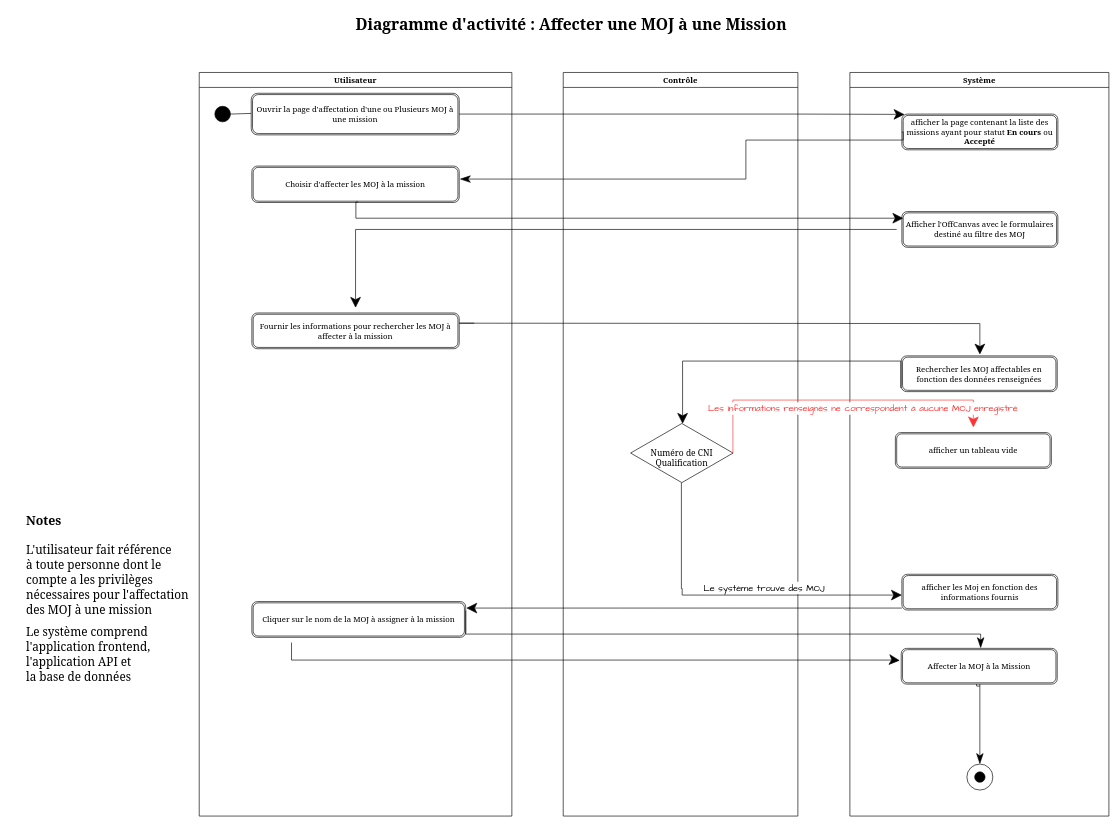
The draw.io diagram ActivityDiagramAssignsMojMission.drawio in ThuranJunior-AGL/AnalyseGEMOj, before the edit. Source tidied: cells renumbered, new cells numbered last; positions are measured from the earlier drawing's top-left corner, leaving out a move shared by most shapes. Both pictures are drawn from the tidied source at 65%, with x=0, y=0 at pixel (25, 11).
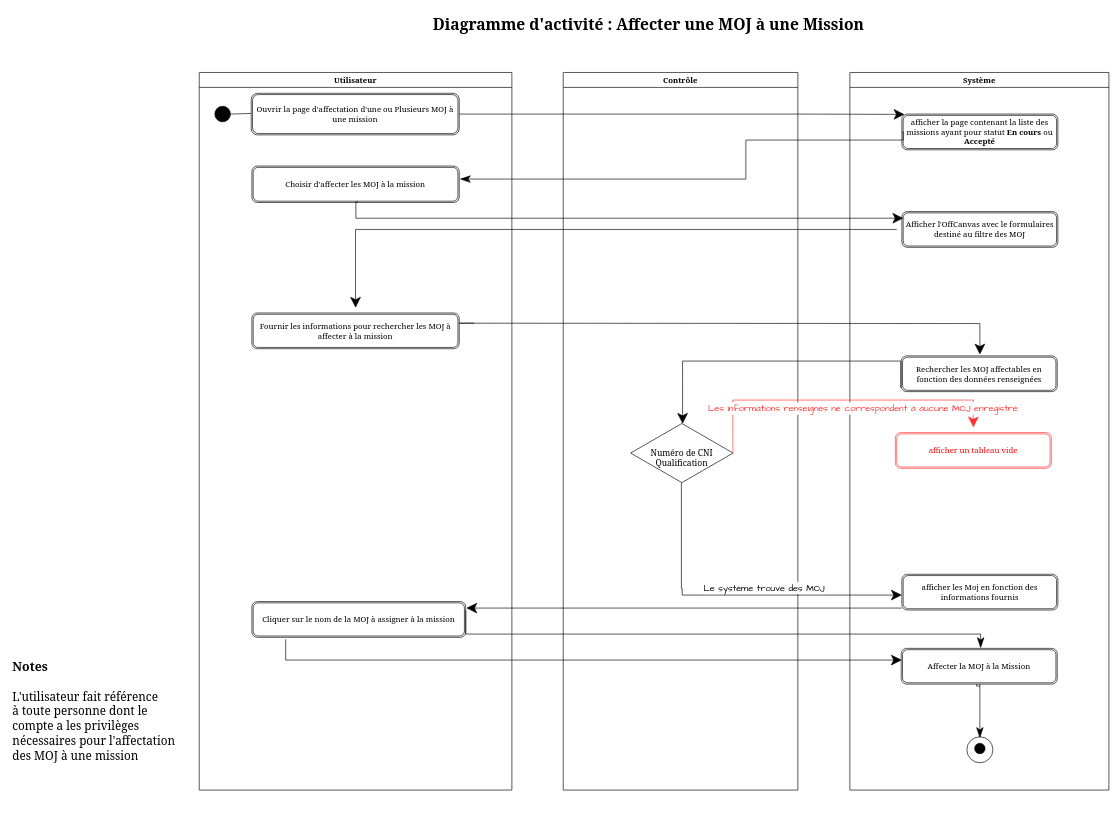
The same diagram, later.

Commit message (it also covers changes not shown here):
Mettre à jour ActivityDiagramAssignsMojMission.drawio

The change refers to these unchanged cells:
```xml
<mxCell id="7" value="Cliquer sur le nom de la MOJ à assigner à la mission" style="shape=ext;double=1;rounded=1;whiteSpace=wrap;html=1;fontFamily=Georgia;" parent="2" vertex="1">
  <mxGeometry x="81" y="814" width="329" height="55" as="geometry" />
</mxCell>
<mxCell id="20" value="Affecter la MOJ à la Mission" style="shape=ext;double=1;rounded=1;whiteSpace=wrap;html=1;fontFamily=Georgia;strokeColor=#050505;fontColor=#000000;" parent="11" vertex="1">
  <mxGeometry x="79" y="886" width="240" height="55" as="geometry" />
</mxCell>
```

Diff of the diagram source:
```diff
@@
     <mxCell id="2" value="Utilisateur" style="swimlane;whiteSpace=wrap;html=1;fontFamily=Georgia;" parent="1" vertex="1">
-      <mxGeometry x="268" y="94" width="481" height="1144" as="geometry" />
+      <mxGeometry x="268" y="94" width="481" height="1104" as="geometry" />
     </mxCell>
@@
     <mxCell id="11" value="Système" style="swimlane;whiteSpace=wrap;html=1;fontFamily=Georgia;" parent="1" vertex="1">
-      <mxGeometry x="1269" y="94" width="398.5" height="1144" as="geometry" />
+      <mxGeometry x="1269" y="94" width="398.5" height="1104" as="geometry" />
     </mxCell>
@@
     <mxCell id="13" style="ellipse;whiteSpace=wrap;html=1;fontFamily=Georgia;fillColor=none;" parent="11" vertex="1">
-      <mxGeometry x="180" y="1064" width="40" height="40" as="geometry" />
+      <mxGeometry x="180" y="1022" width="40" height="40" as="geometry" />
     </mxCell>
     <mxCell id="14" style="ellipse;whiteSpace=wrap;html=1;fontFamily=Georgia;fillColor=#000000;" parent="11" vertex="1">
-      <mxGeometry x="192" y="1076" width="16" height="16" as="geometry" />
+      <mxGeometry x="192" y="1032" width="16" height="16" as="geometry" />
     </mxCell>
@@
-    <mxCell id="18" style="edgeStyle=orthogonalEdgeStyle;rounded=0;jettySize=auto;html=1;fontFamily=Georgia;fontSize=16;startSize=14;endArrow=classicThin;endSize=14;sourcePerimeterSpacing=8;targetPerimeterSpacing=8;endFill=1;entryX=0.5;entryY=0;entryDx=0;entryDy=0;" parent="11" edge="1" target="13">
+    <mxCell id="18" style="edgeStyle=orthogonalEdgeStyle;rounded=0;orthogonalLoop=1;jettySize=auto;html=1;fontFamily=Georgia;fontSize=16;startSize=14;endArrow=classicThin;endSize=14;sourcePerimeterSpacing=8;targetPerimeterSpacing=8;endFill=1;" parent="11" edge="1">
       <mxGeometry relative="1" as="geometry">
         <mxPoint x="200" y="944" as="sourcePoint" />
+        <mxPoint x="200" y="1024" as="targetPoint" />
         <Array as="points">
           <mxPoint x="195" y="944" />
           <mxPoint x="195" y="934" />
           <mxPoint x="200" y="934" />
         </Array>
       </mxGeometry>
     </mxCell>
-    <mxCell id="19" value="afficher un tableau vide" style="shape=ext;double=1;rounded=1;whiteSpace=wrap;html=1;fontFamily=Georgia;strokeColor=#050505;fontColor=#000000;" parent="11" vertex="1">
+    <mxCell id="19" value="afficher un tableau vide" style="shape=ext;double=1;rounded=1;whiteSpace=wrap;html=1;fontFamily=Georgia;strokeColor=#FF3333;fontColor=#ff0000;" parent="11" vertex="1">
       <mxGeometry x="70" y="554" width="240" height="55" as="geometry" />
     </mxCell>
@@
+    <mxCell id="36" style="endArrow=classic;html=1;rounded=0;fontFamily=Architects Daughter;fontSize=16;startSize=14;endSize=14;sourcePerimeterSpacing=8;targetPerimeterSpacing=8;edgeStyle=orthogonalEdgeStyle;entryX=0.004;entryY=0.327;entryDx=0;entryDy=0;entryPerimeter=0;" parent="11" edge="1" target="20">
+      <mxGeometry relative="1" as="geometry">
+        <mxPoint x="-868" y="872" as="sourcePoint" />
+        <Array as="points">
+          <mxPoint x="-868" y="904" />
+        </Array>
+      </mxGeometry>
+    </mxCell>
@@
     <mxCell id="22" value="&lt;font style=&quot;&quot; size=&quot;1&quot;&gt;&lt;b style=&quot;font-size: 24px;&quot;&gt;Diagramme d'activité : Affecter une MOJ à une Mission&lt;/b&gt;&lt;/font&gt;" style="text;html=1;align=center;verticalAlign=middle;strokeColor=none;fillColor=none;fontSize=20;fontFamily=Georgia;labelBackgroundColor=default;" parent="1" vertex="1">
-      <mxGeometry x="490" width="700" height="40" as="geometry" />
+      <mxGeometry x="609" width="700" height="40" as="geometry" />
     </mxCell>
-    <mxCell id="23" value="&lt;b style=&quot;font-size: 19px;&quot;&gt;&lt;font style=&quot;font-size: 19px;&quot;&gt;Notes&lt;/font&gt;&lt;/b&gt;&lt;div style=&quot;font-size: 19px;&quot;&gt;&lt;font style=&quot;font-size: 19px;&quot;&gt;&lt;br&gt;&lt;/font&gt;&lt;/div&gt;&lt;div style=&quot;font-size: 19px;&quot;&gt;&lt;font style=&quot;font-size: 18px;&quot;&gt;L'utilisateur fait référence&lt;/font&gt;&lt;/div&gt;&lt;div style=&quot;font-size: 19px;&quot;&gt;&lt;font style=&quot;font-size: 18px;&quot;&gt;à toute personne dont le&lt;/font&gt;&lt;/div&gt;&lt;div style=&quot;font-size: 19px;&quot;&gt;&lt;font style=&quot;font-size: 18px;&quot;&gt;compte a les privilèges&lt;/font&gt;&lt;/div&gt;&lt;div style=&quot;font-size: 19px;&quot;&gt;&lt;font style=&quot;font-size: 18px;&quot;&gt;nécessaires pour l'affectation&lt;/font&gt;&lt;/div&gt;&lt;div style=&quot;font-size: 19px;&quot;&gt;&lt;font style=&quot;font-size: 18px;&quot;&gt;des MOJ à une mission&lt;/font&gt;&lt;/div&gt;&lt;div style=&quot;font-size: 10px;&quot;&gt;&lt;font style=&quot;font-size: 10px;&quot;&gt;&lt;br&gt;&lt;/font&gt;&lt;/div&gt;&lt;div style=&quot;font-size: 19px;&quot;&gt;&lt;font style=&quot;font-size: 18px;&quot;&gt;Le système comprend&lt;/font&gt;&lt;/div&gt;&lt;div style=&quot;font-size: 19px;&quot;&gt;&lt;font style=&quot;font-size: 18px;&quot;&gt;l'application frontend,&lt;/font&gt;&lt;/div&gt;&lt;div style=&quot;font-size: 19px;&quot;&gt;&lt;font style=&quot;font-size: 18px;&quot;&gt;l'application API et&amp;nbsp;&lt;/font&gt;&lt;/div&gt;&lt;div style=&quot;font-size: 19px;&quot;&gt;&lt;font style=&quot;font-size: 18px;&quot;&gt;la base de données&lt;/font&gt;&lt;/div&gt;" style="text;html=1;align=left;verticalAlign=middle;strokeColor=none;fillColor=none;fontSize=20;fontFamily=Georgia;" parent="1" vertex="1">
-      <mxGeometry y="762" width="250" height="280" as="geometry" />
+    <mxCell id="23" value="&lt;b style=&quot;font-size: 19px;&quot;&gt;&lt;font style=&quot;font-size: 19px;&quot;&gt;Notes&lt;/font&gt;&lt;/b&gt;&lt;div style=&quot;font-size: 19px;&quot;&gt;&lt;font style=&quot;font-size: 19px;&quot;&gt;&lt;br&gt;&lt;/font&gt;&lt;/div&gt;&lt;div style=&quot;font-size: 19px;&quot;&gt;&lt;font style=&quot;font-size: 18px;&quot;&gt;L'utilisateur fait référence&lt;/font&gt;&lt;/div&gt;&lt;div style=&quot;font-size: 19px;&quot;&gt;&lt;font style=&quot;font-size: 18px;&quot;&gt;à toute personne dont le&lt;/font&gt;&lt;/div&gt;&lt;div style=&quot;font-size: 19px;&quot;&gt;&lt;font style=&quot;font-size: 18px;&quot;&gt;compte a les privilèges&lt;/font&gt;&lt;/div&gt;&lt;div style=&quot;font-size: 19px;&quot;&gt;&lt;font style=&quot;font-size: 18px;&quot;&gt;nécessaires pour l'affectation&lt;/font&gt;&lt;/div&gt;&lt;div style=&quot;font-size: 19px;&quot;&gt;&lt;font style=&quot;font-size: 18px;&quot;&gt;des MOJ à une mission&lt;/font&gt;&lt;/div&gt;&lt;div style=&quot;font-size: 10px;&quot;&gt;&lt;font style=&quot;font-size: 10px;&quot;&gt;&lt;br&gt;&lt;/font&gt;&lt;/div&gt;&lt;div style=&quot;font-size: 19px;&quot;&gt;&lt;br&gt;&lt;/div&gt;" style="text;html=1;align=left;verticalAlign=middle;strokeColor=none;fillColor=none;fontSize=20;fontFamily=Georgia;" parent="1" vertex="1">
+      <mxGeometry x="-21" y="988" width="250" height="210" as="geometry" />
     </mxCell>
     <mxCell id="24" value="Contrôle" style="swimlane;whiteSpace=wrap;html=1;fontFamily=Georgia;" parent="1" vertex="1">
-      <mxGeometry x="828" y="94" width="361" height="1144" as="geometry" />
+      <mxGeometry x="828" y="94" width="361" height="1104" as="geometry" />
     </mxCell>
@@
-    <mxCell id="36" style="endArrow=classic;html=1;rounded=0;fontFamily=Architects Daughter;fontSize=16;startSize=14;endSize=14;sourcePerimeterSpacing=8;targetPerimeterSpacing=8;edgeStyle=orthogonalEdgeStyle;entryX=-0.009;entryY=0.338;entryDx=0;entryDy=0;entryPerimeter=0;" parent="1" edge="1" source="7" target="20">
-      <mxGeometry relative="1" as="geometry">
-        <Array as="points">
-          <mxPoint x="410" y="998" />
-          <mxPoint x="1339" y="998" />
-          <mxPoint x="1339" y="999" />
-        </Array>
-      </mxGeometry>
-    </mxCell>
```
